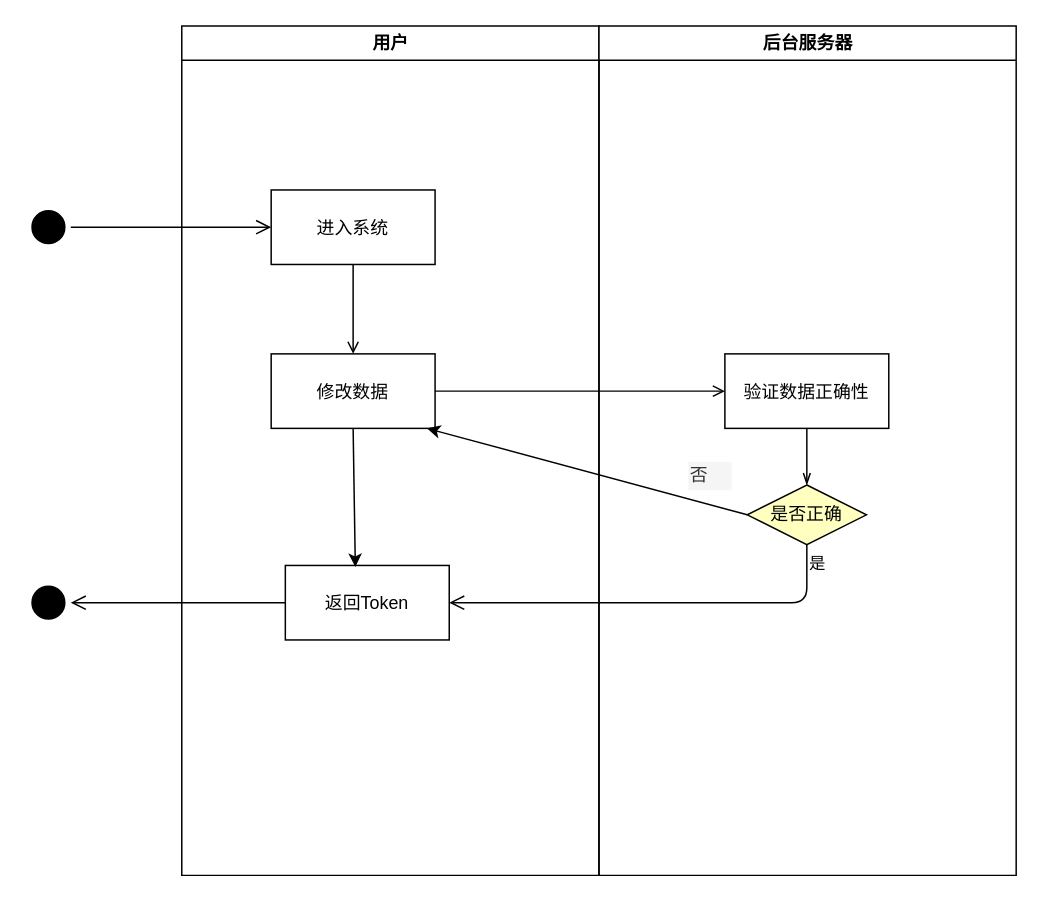
Earlier version of the draw.io diagram 成绩修改业务流程图.drawio (peiyusi/SportsGradeDraw.io). Source tidied: cells renumbered, new cells numbered last; positions are measured from the earlier drawing's top-left corner, leaving out a move shared by most shapes. Both pictures are drawn from the tidied source at 149%, with x=0, y=0 at pixel (25, 25).
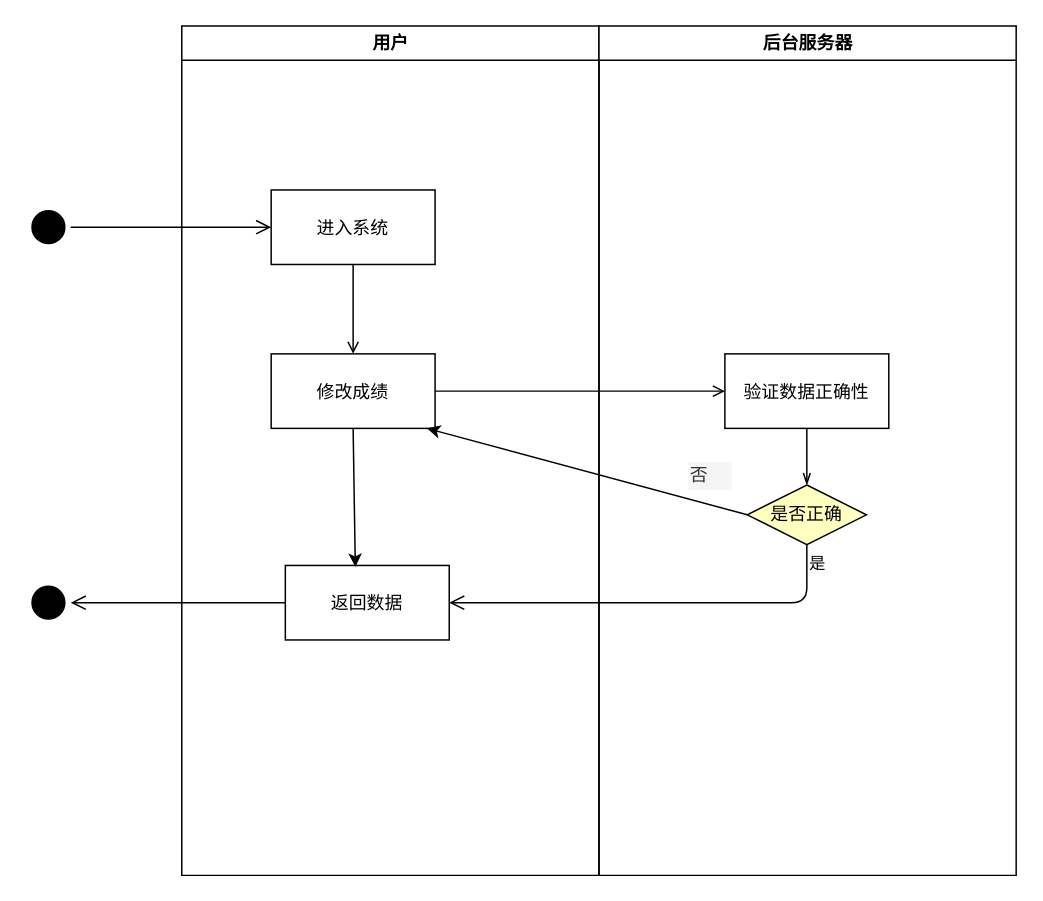
The same page after the edit.

Commit message:
更新成绩修改业务流程图.drawio

Unchanged cells that the change refers to:
```xml
<mxCell id="2" value="用户" style="swimlane;whiteSpace=wrap;" parent="1" vertex="1">
  <mxGeometry x="104.5" width="280" height="570" as="geometry" />
</mxCell>
```

Change to the diagram source:
```diff
@@
-    <mxCell id="4" value="修改数据" style="strokeColor=#000000;" parent="2" vertex="1">
+    <mxCell id="4" value="修改成绩" style="strokeColor=#000000;" parent="2" vertex="1">
       <mxGeometry x="60" y="220" width="110" height="50" as="geometry" />
     </mxCell>
@@
-    <mxCell id="6" value="返回Token" style="strokeColor=#000000;" parent="2" vertex="1">
+    <mxCell id="6" value="返回数据" style="strokeColor=#000000;" parent="2" vertex="1">
       <mxGeometry x="69.5" y="362" width="110" height="50" as="geometry" />
     </mxCell>
```
